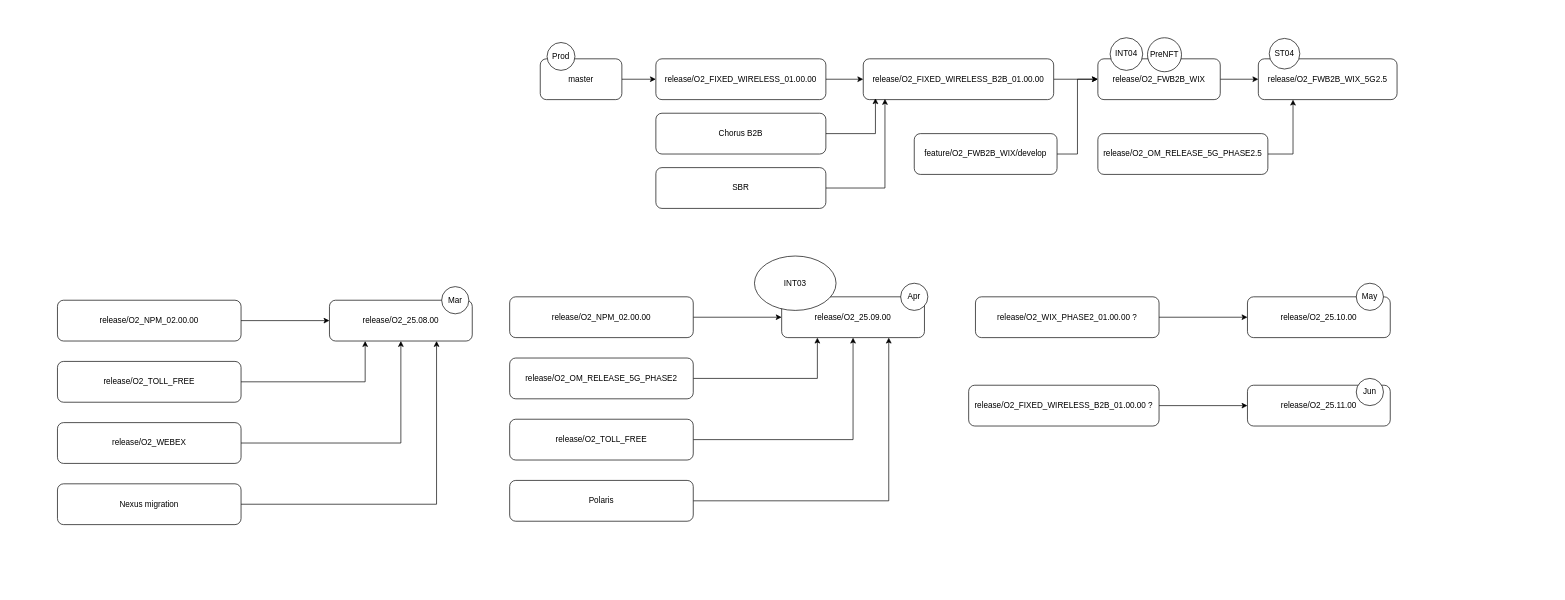
Above: sparknz_branches.drawio in huangdgm/drawio (draw.io), before the change. Source tidied: cells renumbered, new cells numbered last; positions are measured from the earlier drawing's top-left corner, leaving out a move shared by most shapes. Both pictures are drawn from the tidied source at 68%, with x=0, y=0 at pixel (57, 37).
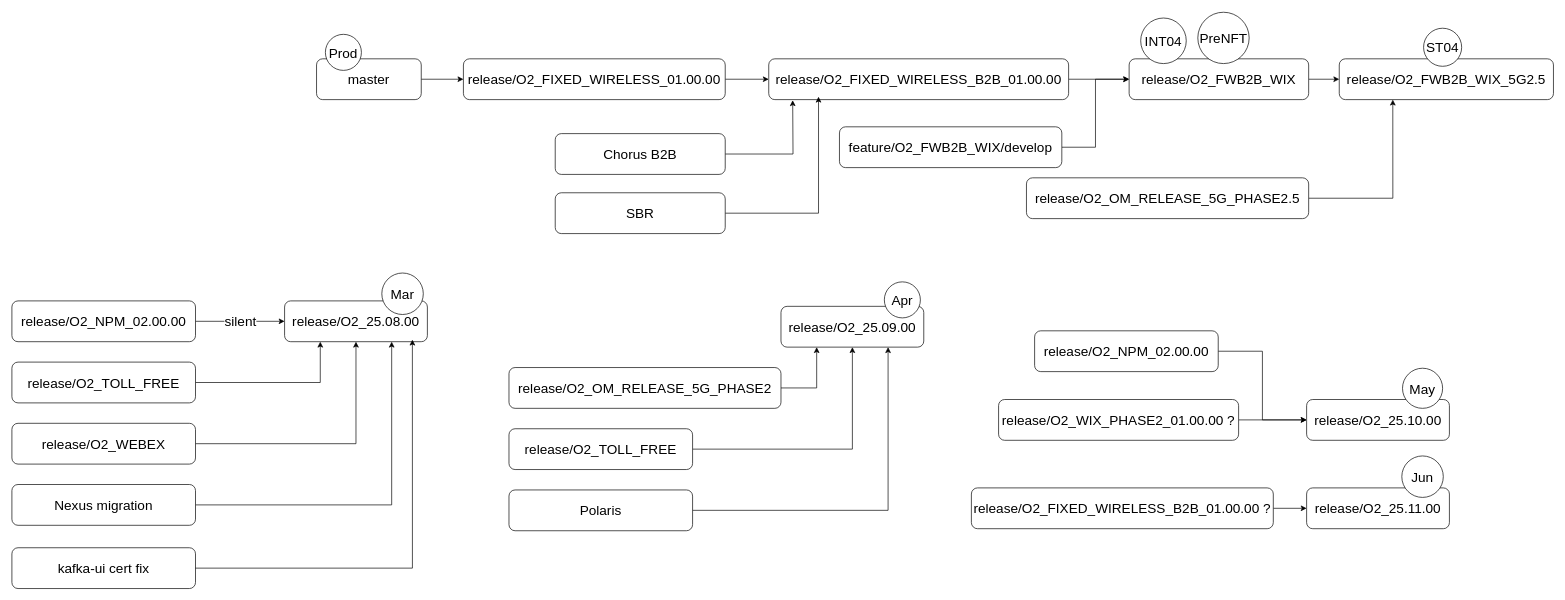
The same diagram, later.

What changed in the source:
```diff
@@
-    <mxCell id="2" style="edgeStyle=orthogonalEdgeStyle;rounded=0;jettySize=auto;html=1;exitX=1;exitY=0.5;exitDx=0;exitDy=0;" parent="1" edge="1" source="3" target="7">
+    <mxCell id="2" style="edgeStyle=orthogonalEdgeStyle;rounded=0;jettySize=auto;html=1;exitX=1;exitY=0.5;exitDx=0;exitDy=0;entryX=0;entryY=0.5;entryDx=0;entryDy=0;" parent="1" edge="1" source="3" target="7">
       <mxGeometry relative="1" as="geometry" />
     </mxCell>
-    <mxCell id="3" value="release/O2_FIXED_WIRELESS_B2B_01.00.00" style="rounded=1;whiteSpace=wrap;html=1;" parent="1" vertex="1">
-      <mxGeometry x="1185" y="31" width="280" height="60" as="geometry" />
+    <mxCell id="3" value="release/O2_FIXED_WIRELESS_B2B_01.00.00" style="rounded=1;whiteSpace=wrap;html=1;fontSize=20;" parent="1" vertex="1">
+      <mxGeometry x="1046" y="31" width="441" height="60" as="geometry" />
     </mxCell>
-    <mxCell id="4" style="edgeStyle=orthogonalEdgeStyle;rounded=0;jettySize=auto;html=1;" parent="1" edge="1" source="5" target="3">
+    <mxCell id="4" style="edgeStyle=orthogonalEdgeStyle;rounded=0;jettySize=auto;html=1;fontSize=20;exitX=1;exitY=0.5;exitDx=0;exitDy=0;entryX=0;entryY=0.5;entryDx=0;entryDy=0;" parent="1" edge="1" source="5" target="3">
       <mxGeometry relative="1" as="geometry" />
     </mxCell>
-    <mxCell id="5" value="release/O2_FIXED_WIRELESS_01.00.00" style="rounded=1;whiteSpace=wrap;html=1;" parent="1" vertex="1">
-      <mxGeometry x="880" y="31" width="250" height="60" as="geometry" />
+    <mxCell id="5" value="release/O2_FIXED_WIRELESS_01.00.00" style="rounded=1;whiteSpace=wrap;html=1;fontSize=20;" parent="1" vertex="1">
+      <mxGeometry x="597" y="31" width="385" height="60" as="geometry" />
     </mxCell>
-    <mxCell id="6" style="edgeStyle=orthogonalEdgeStyle;rounded=0;jettySize=auto;html=1;exitX=1;exitY=0.5;exitDx=0;exitDy=0;entryX=0;entryY=0.5;entryDx=0;entryDy=0;" parent="1" edge="1" source="7" target="8">
+    <mxCell id="6" style="edgeStyle=orthogonalEdgeStyle;rounded=0;jettySize=auto;html=1;exitX=1;exitY=0.5;exitDx=0;exitDy=0;entryX=0;entryY=0.5;entryDx=0;entryDy=0;fontSize=20;" parent="1" edge="1" source="7" target="8">
       <mxGeometry relative="1" as="geometry" />
     </mxCell>
-    <mxCell id="7" value="release/O2_FWB2B_WIX" style="rounded=1;whiteSpace=wrap;html=1;" parent="1" vertex="1">
-      <mxGeometry x="1530" y="31" width="180" height="60" as="geometry" />
+    <mxCell id="7" value="release/O2_FWB2B_WIX" style="rounded=1;whiteSpace=wrap;html=1;fontSize=20;" parent="1" vertex="1">
+      <mxGeometry x="1576" y="31" width="264" height="60" as="geometry" />
     </mxCell>
-    <mxCell id="8" value="release/O2_FWB2B_WIX_5G2.5" style="rounded=1;whiteSpace=wrap;html=1;" parent="1" vertex="1">
-      <mxGeometry x="1766" y="31" width="204" height="60" as="geometry" />
+    <mxCell id="8" value="release/O2_FWB2B_WIX_5G2.5" style="rounded=1;whiteSpace=wrap;html=1;fontSize=20;" parent="1" vertex="1">
+      <mxGeometry x="1885" y="31" width="315" height="60" as="geometry" />
     </mxCell>
-    <mxCell id="9" style="edgeStyle=orthogonalEdgeStyle;rounded=0;jettySize=auto;html=1;exitX=1;exitY=0.5;exitDx=0;exitDy=0;" parent="1" edge="1" source="10" target="5">
+    <mxCell id="9" style="edgeStyle=orthogonalEdgeStyle;rounded=0;jettySize=auto;html=1;exitX=1;exitY=0.5;exitDx=0;exitDy=0;fontSize=20;" parent="1" edge="1" source="10" target="5">
       <mxGeometry relative="1" as="geometry" />
     </mxCell>
-    <mxCell id="10" value="master" style="rounded=1;whiteSpace=wrap;html=1;" parent="1" vertex="1">
-      <mxGeometry x="710" y="31" width="120" height="60" as="geometry" />
+    <mxCell id="10" value="master" style="rounded=1;whiteSpace=wrap;html=1;fontSize=20;" parent="1" vertex="1">
+      <mxGeometry x="381" y="31" width="154" height="60" as="geometry" />
     </mxCell>
-    <mxCell id="11" style="edgeStyle=orthogonalEdgeStyle;rounded=0;jettySize=auto;html=1;exitX=1;exitY=0.5;exitDx=0;exitDy=0;" parent="1" edge="1" source="12" target="13">
+    <mxCell id="11" style="edgeStyle=orthogonalEdgeStyle;rounded=0;jettySize=auto;html=1;exitX=1;exitY=0.5;exitDx=0;exitDy=0;fontSize=20;" parent="1" edge="1" source="12" target="13">
       <mxGeometry relative="1" as="geometry" />
     </mxCell>
-    <mxCell id="12" value="release/O2_WIX_PHASE2_01.00.00 ?" style="rounded=1;whiteSpace=wrap;html=1;" parent="1" vertex="1">
-      <mxGeometry x="1350" y="381" width="270" height="60" as="geometry" />
+    <mxCell id="12" value="release/O2_WIX_PHASE2_01.00.00 ?" style="rounded=1;whiteSpace=wrap;html=1;fontSize=20;" parent="1" vertex="1">
+      <mxGeometry x="1384" y="532" width="353" height="60" as="geometry" />
     </mxCell>
-    <mxCell id="13" value="release/O2_25.10.00" style="rounded=1;whiteSpace=wrap;html=1;" parent="1" vertex="1">
-      <mxGeometry x="1750" y="381" width="210" height="60" as="geometry" />
+    <mxCell id="13" value="release/O2_25.10.00" style="rounded=1;whiteSpace=wrap;html=1;fontSize=20;" parent="1" vertex="1">
+      <mxGeometry x="1837" y="532" width="210" height="60" as="geometry" />
     </mxCell>
-    <mxCell id="14" style="edgeStyle=orthogonalEdgeStyle;rounded=0;jettySize=auto;html=1;exitX=1;exitY=0.5;exitDx=0;exitDy=0;entryX=0;entryY=0.5;entryDx=0;entryDy=0;" parent="1" edge="1" source="15" target="7">
+    <mxCell id="14" style="edgeStyle=orthogonalEdgeStyle;rounded=0;jettySize=auto;html=1;exitX=1;exitY=0.5;exitDx=0;exitDy=0;entryX=0;entryY=0.5;entryDx=0;entryDy=0;fontSize=20;" parent="1" edge="1" source="15" target="7">
       <mxGeometry relative="1" as="geometry" />
     </mxCell>
-    <mxCell id="15" value="feature/O2_FWB2B_WIX/develop" style="rounded=1;whiteSpace=wrap;html=1;" parent="1" vertex="1">
-      <mxGeometry x="1260" y="141" width="210" height="60" as="geometry" />
+    <mxCell id="15" value="feature/O2_FWB2B_WIX/develop" style="rounded=1;whiteSpace=wrap;html=1;fontSize=20;" parent="1" vertex="1">
+      <mxGeometry x="1150" y="131" width="327" height="60" as="geometry" />
     </mxCell>
-    <mxCell id="16" value="release/O2_25.08.00" style="rounded=1;whiteSpace=wrap;html=1;" parent="1" vertex="1">
-      <mxGeometry x="400" y="386" width="210" height="60" as="geometry" />
+    <mxCell id="16" value="release/O2_25.08.00" style="rounded=1;whiteSpace=wrap;html=1;fontSize=20;labelBackgroundColor=default;" parent="1" vertex="1">
+      <mxGeometry x="334" y="387" width="210" height="60" as="geometry" />
     </mxCell>
-    <mxCell id="17" style="edgeStyle=orthogonalEdgeStyle;rounded=0;jettySize=auto;html=1;exitX=1;exitY=0.5;exitDx=0;exitDy=0;entryX=0;entryY=0.5;entryDx=0;entryDy=0;" parent="1" edge="1" source="18" target="16">
+    <mxCell id="17" value="silent" style="edgeStyle=orthogonalEdgeStyle;rounded=0;jettySize=auto;html=1;exitX=1;exitY=0.5;exitDx=0;exitDy=0;entryX=0;entryY=0.5;entryDx=0;entryDy=0;fontSize=20;" parent="1" edge="1" source="18" target="16">
       <mxGeometry relative="1" as="geometry" />
     </mxCell>
-    <mxCell id="18" value="release/O2_NPM_02.00.00" style="rounded=1;whiteSpace=wrap;html=1;" parent="1" vertex="1">
-      <mxGeometry y="386" width="270" height="60" as="geometry" />
+    <mxCell id="18" value="release/O2_NPM_02.00.00" style="rounded=1;whiteSpace=wrap;html=1;fontSize=20;" parent="1" vertex="1">
+      <mxGeometry x="-67" y="387" width="270" height="60" as="geometry" />
     </mxCell>
-    <mxCell id="19" style="edgeStyle=orthogonalEdgeStyle;rounded=0;jettySize=auto;html=1;exitX=1;exitY=0.5;exitDx=0;exitDy=0;entryX=0.25;entryY=1;entryDx=0;entryDy=0;" parent="1" edge="1" source="20" target="16">
+    <mxCell id="19" style="edgeStyle=orthogonalEdgeStyle;rounded=0;jettySize=auto;html=1;exitX=1;exitY=0.5;exitDx=0;exitDy=0;entryX=0.25;entryY=1;entryDx=0;entryDy=0;fontSize=20;" parent="1" edge="1" source="20" target="16">
       <mxGeometry relative="1" as="geometry" />
     </mxCell>
-    <mxCell id="20" value="release/O2_TOLL_FREE" style="rounded=1;whiteSpace=wrap;html=1;" parent="1" vertex="1">
-      <mxGeometry y="476" width="270" height="60" as="geometry" />
+    <mxCell id="20" value="release/O2_TOLL_FREE" style="rounded=1;whiteSpace=wrap;html=1;fontSize=20;" parent="1" vertex="1">
+      <mxGeometry x="-67" y="477" width="270" height="60" as="geometry" />
     </mxCell>
-    <mxCell id="21" style="edgeStyle=orthogonalEdgeStyle;rounded=0;jettySize=auto;html=1;exitX=1;exitY=0.5;exitDx=0;exitDy=0;entryX=0.5;entryY=1;entryDx=0;entryDy=0;" parent="1" edge="1" source="22" target="16">
+    <mxCell id="21" style="edgeStyle=orthogonalEdgeStyle;rounded=0;jettySize=auto;html=1;exitX=1;exitY=0.5;exitDx=0;exitDy=0;entryX=0.5;entryY=1;entryDx=0;entryDy=0;fontSize=20;" parent="1" edge="1" source="22" target="16">
       <mxGeometry relative="1" as="geometry" />
     </mxCell>
-    <mxCell id="22" value="release/O2_WEBEX" style="rounded=1;whiteSpace=wrap;html=1;" parent="1" vertex="1">
-      <mxGeometry y="566" width="270" height="60" as="geometry" />
+    <mxCell id="22" value="release/O2_WEBEX" style="rounded=1;whiteSpace=wrap;html=1;fontSize=20;" parent="1" vertex="1">
+      <mxGeometry x="-67" y="567" width="270" height="60" as="geometry" />
     </mxCell>
-    <mxCell id="23" style="edgeStyle=orthogonalEdgeStyle;rounded=0;jettySize=auto;html=1;exitX=1;exitY=0.5;exitDx=0;exitDy=0;entryX=0.75;entryY=1;entryDx=0;entryDy=0;" parent="1" edge="1" source="25" target="16">
+    <mxCell id="23" style="edgeStyle=orthogonalEdgeStyle;rounded=0;jettySize=auto;html=1;exitX=1;exitY=0.5;exitDx=0;exitDy=0;entryX=0.75;entryY=1;entryDx=0;entryDy=0;fontSize=20;" parent="1" edge="1" source="25" target="16">
       <mxGeometry relative="1" as="geometry" />
     </mxCell>
-    <mxCell id="24" value="release/O2_25.09.00" style="rounded=1;whiteSpace=wrap;html=1;" parent="1" vertex="1">
-      <mxGeometry x="1065" y="381" width="210" height="60" as="geometry" />
+    <mxCell id="24" value="release/O2_25.09.00" style="rounded=1;whiteSpace=wrap;html=1;fontSize=20;" parent="1" vertex="1">
+      <mxGeometry x="1064" y="395" width="210" height="60" as="geometry" />
     </mxCell>
-    <mxCell id="25" value="Nexus migration" style="rounded=1;whiteSpace=wrap;html=1;" parent="1" vertex="1">
-      <mxGeometry y="656" width="270" height="60" as="geometry" />
+    <mxCell id="25" value="Nexus migration" style="rounded=1;whiteSpace=wrap;html=1;fontSize=20;" parent="1" vertex="1">
+      <mxGeometry x="-67" y="657" width="270" height="60" as="geometry" />
     </mxCell>
-    <mxCell id="26" style="edgeStyle=orthogonalEdgeStyle;rounded=0;jettySize=auto;html=1;exitX=1;exitY=0.5;exitDx=0;exitDy=0;entryX=0;entryY=0.5;entryDx=0;entryDy=0;" parent="1" edge="1" source="27" target="24">
+    <mxCell id="26" style="edgeStyle=orthogonalEdgeStyle;rounded=0;jettySize=auto;html=1;exitX=1;exitY=0.5;exitDx=0;exitDy=0;entryX=0;entryY=0.5;entryDx=0;entryDy=0;fontSize=20;" parent="1" edge="1" source="27" target="13">
       <mxGeometry relative="1" as="geometry" />
     </mxCell>
-    <mxCell id="27" value="release/O2_NPM_02.00.00" style="rounded=1;whiteSpace=wrap;html=1;" parent="1" vertex="1">
-      <mxGeometry x="665" y="381" width="270" height="60" as="geometry" />
+    <mxCell id="27" value="release/O2_NPM_02.00.00" style="rounded=1;whiteSpace=wrap;html=1;fontSize=20;" parent="1" vertex="1">
+      <mxGeometry x="1437" y="431" width="270" height="60" as="geometry" />
     </mxCell>
-    <mxCell id="28" style="edgeStyle=orthogonalEdgeStyle;rounded=0;jettySize=auto;html=1;exitX=1;exitY=0.5;exitDx=0;exitDy=0;entryX=0.25;entryY=1;entryDx=0;entryDy=0;" parent="1" edge="1" source="29" target="24">
+    <mxCell id="28" style="edgeStyle=orthogonalEdgeStyle;rounded=0;jettySize=auto;html=1;exitX=1;exitY=0.5;exitDx=0;exitDy=0;entryX=0.25;entryY=1;entryDx=0;entryDy=0;fontSize=20;" parent="1" edge="1" source="29" target="24">
       <mxGeometry relative="1" as="geometry" />
     </mxCell>
-    <mxCell id="29" value="release/O2_OM_RELEASE_5G_PHASE2" style="rounded=1;whiteSpace=wrap;html=1;" parent="1" vertex="1">
-      <mxGeometry x="665" y="471" width="270" height="60" as="geometry" />
+    <mxCell id="29" value="release/O2_OM_RELEASE_5G_PHASE2" style="rounded=1;whiteSpace=wrap;html=1;fontSize=20;" parent="1" vertex="1">
+      <mxGeometry x="664" y="485" width="400" height="60" as="geometry" />
     </mxCell>
-    <mxCell id="30" style="edgeStyle=orthogonalEdgeStyle;rounded=0;jettySize=auto;html=1;exitX=1;exitY=0.5;exitDx=0;exitDy=0;entryX=0.5;entryY=1;entryDx=0;entryDy=0;" parent="1" edge="1" source="31" target="24">
+    <mxCell id="30" style="edgeStyle=orthogonalEdgeStyle;rounded=0;jettySize=auto;html=1;exitX=1;exitY=0.5;exitDx=0;exitDy=0;entryX=0.5;entryY=1;entryDx=0;entryDy=0;fontSize=20;" parent="1" edge="1" source="31" target="24">
       <mxGeometry relative="1" as="geometry" />
     </mxCell>
-    <mxCell id="31" value="release/O2_TOLL_FREE" style="rounded=1;whiteSpace=wrap;html=1;" parent="1" vertex="1">
-      <mxGeometry x="665" y="561" width="270" height="60" as="geometry" />
+    <mxCell id="31" value="release/O2_TOLL_FREE" style="rounded=1;whiteSpace=wrap;html=1;fontSize=20;" parent="1" vertex="1">
+      <mxGeometry x="664" y="575" width="270" height="60" as="geometry" />
     </mxCell>
-    <mxCell id="32" style="edgeStyle=orthogonalEdgeStyle;rounded=0;jettySize=auto;html=1;exitX=1;exitY=0.5;exitDx=0;exitDy=0;entryX=0.75;entryY=1;entryDx=0;entryDy=0;" parent="1" edge="1" source="33" target="24">
+    <mxCell id="32" style="edgeStyle=orthogonalEdgeStyle;rounded=0;jettySize=auto;html=1;exitX=1;exitY=0.5;exitDx=0;exitDy=0;entryX=0.75;entryY=1;entryDx=0;entryDy=0;fontSize=20;" parent="1" edge="1" source="33" target="24">
       <mxGeometry relative="1" as="geometry" />
     </mxCell>
-    <mxCell id="33" value="Polaris" style="rounded=1;whiteSpace=wrap;html=1;" parent="1" vertex="1">
-      <mxGeometry x="665" y="651" width="270" height="60" as="geometry" />
+    <mxCell id="33" value="Polaris" style="rounded=1;whiteSpace=wrap;html=1;fontSize=20;" parent="1" vertex="1">
+      <mxGeometry x="664" y="665" width="270" height="60" as="geometry" />
     </mxCell>
-    <mxCell id="34" value="INT03" style="ellipse;whiteSpace=wrap;html=1;" parent="1" vertex="1">
-      <mxGeometry x="1025" y="321" width="120" height="80" as="geometry" />
-    </mxCell>
-    <mxCell id="35" style="edgeStyle=orthogonalEdgeStyle;rounded=0;jettySize=auto;html=1;exitX=1;exitY=0.5;exitDx=0;exitDy=0;entryX=0.25;entryY=1;entryDx=0;entryDy=0;" parent="1" edge="1" source="36" target="8">
+    <mxCell id="35" style="edgeStyle=orthogonalEdgeStyle;rounded=0;jettySize=auto;html=1;exitX=1;exitY=0.5;exitDx=0;exitDy=0;entryX=0.25;entryY=1;entryDx=0;entryDy=0;fontSize=20;" parent="1" edge="1" source="36" target="8">
       <mxGeometry relative="1" as="geometry" />
     </mxCell>
-    <mxCell id="36" value="release/O2_OM_RELEASE_5G_PHASE2.5" style="rounded=1;whiteSpace=wrap;html=1;" parent="1" vertex="1">
-      <mxGeometry x="1530" y="141" width="250" height="60" as="geometry" />
+    <mxCell id="36" value="release/O2_OM_RELEASE_5G_PHASE2.5" style="rounded=1;whiteSpace=wrap;html=1;fontSize=20;" parent="1" vertex="1">
+      <mxGeometry x="1425" y="206" width="415" height="60" as="geometry" />
     </mxCell>
-    <mxCell id="37" style="edgeStyle=orthogonalEdgeStyle;rounded=0;jettySize=auto;html=1;exitX=1;exitY=0.5;exitDx=0;exitDy=0;entryX=0.064;entryY=0.967;entryDx=0;entryDy=0;entryPerimeter=0;" parent="1" edge="1" source="38" target="3">
-      <mxGeometry relative="1" as="geometry" />
-    </mxCell>
+    <mxCell id="52" style="edgeStyle=orthogonalEdgeStyle;rounded=0;jettySize=auto;html=1;exitX=1;exitY=0.5;exitDx=0;exitDy=0;" parent="1" edge="1" source="38">
+      <mxGeometry relative="1" as="geometry">
+        <mxPoint x="1081.2" y="91.9" as="targetPoint" />
+      </mxGeometry>
+    </mxCell>
-    <mxCell id="38" value="Chorus B2B" style="rounded=1;whiteSpace=wrap;html=1;" parent="1" vertex="1">
-      <mxGeometry x="880" y="111" width="250" height="60" as="geometry" />
+    <mxCell id="38" value="Chorus B2B" style="rounded=1;whiteSpace=wrap;html=1;fontSize=20;" parent="1" vertex="1">
+      <mxGeometry x="732" y="141" width="250" height="60" as="geometry" />
     </mxCell>
-    <mxCell id="39" style="edgeStyle=orthogonalEdgeStyle;rounded=0;jettySize=auto;html=1;exitX=1;exitY=0.5;exitDx=0;exitDy=0;entryX=0;entryY=0.5;entryDx=0;entryDy=0;" parent="1" edge="1" source="40" target="46">
+    <mxCell id="39" style="edgeStyle=orthogonalEdgeStyle;rounded=0;jettySize=auto;html=1;exitX=1;exitY=0.5;exitDx=0;exitDy=0;entryX=0;entryY=0.5;entryDx=0;entryDy=0;fontSize=20;" parent="1" edge="1" source="40" target="46">
       <mxGeometry relative="1" as="geometry" />
     </mxCell>
-    <mxCell id="40" value="release/O2_FIXED_WIRELESS_B2B_01.00.00 ?" style="rounded=1;whiteSpace=wrap;html=1;" parent="1" vertex="1">
-      <mxGeometry x="1340" y="511" width="280" height="60" as="geometry" />
+    <mxCell id="40" value="release/O2_FIXED_WIRELESS_B2B_01.00.00 ?" style="rounded=1;whiteSpace=wrap;html=1;fontSize=20;" parent="1" vertex="1">
+      <mxGeometry x="1344" y="662" width="444" height="60" as="geometry" />
     </mxCell>
-    <mxCell id="41" style="edgeStyle=orthogonalEdgeStyle;rounded=0;jettySize=auto;html=1;exitX=1;exitY=0.5;exitDx=0;exitDy=0;entryX=0.114;entryY=0.983;entryDx=0;entryDy=0;entryPerimeter=0;" parent="1" edge="1" source="42" target="3">
+    <mxCell id="41" style="edgeStyle=orthogonalEdgeStyle;rounded=0;jettySize=auto;html=1;exitX=1;exitY=0.5;exitDx=0;exitDy=0;entryX=0.166;entryY=0.928;entryDx=0;entryDy=0;entryPerimeter=0;fontSize=20;" parent="1" edge="1" source="42" target="3">
       <mxGeometry relative="1" as="geometry" />
     </mxCell>
-    <mxCell id="42" value="SBR" style="rounded=1;whiteSpace=wrap;html=1;" parent="1" vertex="1">
-      <mxGeometry x="880" y="191" width="250" height="60" as="geometry" />
+    <mxCell id="42" value="SBR" style="rounded=1;whiteSpace=wrap;html=1;fontSize=20;" parent="1" vertex="1">
+      <mxGeometry x="732" y="228" width="250" height="60" as="geometry" />
     </mxCell>
-    <mxCell id="43" value="Mar" style="ellipse;whiteSpace=wrap;html=1;" parent="1" vertex="1">
-      <mxGeometry x="565" y="366" width="40" height="40" as="geometry" />
+    <mxCell id="43" value="Mar" style="ellipse;whiteSpace=wrap;html=1;fontSize=20;" parent="1" vertex="1">
+      <mxGeometry x="477" y="346" width="61" height="61" as="geometry" />
     </mxCell>
-    <mxCell id="44" value="Apr" style="ellipse;whiteSpace=wrap;html=1;" parent="1" vertex="1">
-      <mxGeometry x="1240" y="361" width="40" height="40" as="geometry" />
+    <mxCell id="44" value="Apr" style="ellipse;whiteSpace=wrap;html=1;fontSize=20;" parent="1" vertex="1">
+      <mxGeometry x="1216" y="359" width="53" height="53" as="geometry" />
     </mxCell>
-    <mxCell id="45" value="May" style="ellipse;whiteSpace=wrap;html=1;" parent="1" vertex="1">
-      <mxGeometry x="1910" y="361" width="40" height="40" as="geometry" />
+    <mxCell id="45" value="May" style="ellipse;whiteSpace=wrap;html=1;fontSize=20;" parent="1" vertex="1">
+      <mxGeometry x="1978" y="486" width="59" height="59" as="geometry" />
     </mxCell>
-    <mxCell id="46" value="release/O2_25.11.00" style="rounded=1;whiteSpace=wrap;html=1;" parent="1" vertex="1">
-      <mxGeometry x="1750" y="511" width="210" height="60" as="geometry" />
+    <mxCell id="46" value="release/O2_25.11.00" style="rounded=1;whiteSpace=wrap;html=1;fontSize=20;" parent="1" vertex="1">
+      <mxGeometry x="1837" y="662" width="210" height="60" as="geometry" />
     </mxCell>
-    <mxCell id="47" value="Jun" style="ellipse;whiteSpace=wrap;html=1;" parent="1" vertex="1">
-      <mxGeometry x="1910" y="501" width="40" height="40" as="geometry" />
+    <mxCell id="47" value="Jun" style="ellipse;whiteSpace=wrap;html=1;fontSize=20;" parent="1" vertex="1">
+      <mxGeometry x="1977" y="615" width="61" height="61" as="geometry" />
     </mxCell>
-    <mxCell id="48" value="PreNFT" style="ellipse;whiteSpace=wrap;html=1;" parent="1" vertex="1">
-      <mxGeometry x="1603" width="50" height="50" as="geometry" />
+    <mxCell id="48" value="PreNFT" style="ellipse;whiteSpace=wrap;html=1;fontSize=20;" parent="1" vertex="1">
+      <mxGeometry x="1677" y="-37.5" width="75.5" height="75.5" as="geometry" />
     </mxCell>
-    <mxCell id="49" value="INT04" style="ellipse;whiteSpace=wrap;html=1;" parent="1" vertex="1">
-      <mxGeometry x="1548" width="48" height="48" as="geometry" />
+    <mxCell id="49" value="INT04" style="ellipse;whiteSpace=wrap;html=1;fontSize=20;" parent="1" vertex="1">
+      <mxGeometry x="1593" y="-29" width="67" height="67" as="geometry" />
     </mxCell>
-    <mxCell id="50" value="Prod" style="ellipse;whiteSpace=wrap;html=1;" parent="1" vertex="1">
-      <mxGeometry x="720" y="7" width="41" height="41" as="geometry" />
+    <mxCell id="50" value="Prod" style="ellipse;whiteSpace=wrap;html=1;fontSize=20;" parent="1" vertex="1">
+      <mxGeometry x="394" y="-5" width="53" height="53" as="geometry" />
     </mxCell>
-    <mxCell id="51" value="ST04" style="ellipse;whiteSpace=wrap;html=1;" parent="1" vertex="1">
-      <mxGeometry x="1782" y="1" width="45" height="45" as="geometry" />
+    <mxCell id="51" value="ST04" style="ellipse;whiteSpace=wrap;html=1;fontSize=20;" parent="1" vertex="1">
+      <mxGeometry x="2009" y="-14" width="56" height="56" as="geometry" />
     </mxCell>
+    <mxCell id="53" value="kafka-ui cert fix" style="rounded=1;whiteSpace=wrap;html=1;fontSize=20;" parent="1" vertex="1">
+      <mxGeometry x="-67" y="750" width="270" height="60" as="geometry" />
+    </mxCell>
+    <mxCell id="54" style="edgeStyle=orthogonalEdgeStyle;rounded=0;jettySize=auto;html=1;exitX=1;exitY=0.5;exitDx=0;exitDy=0;entryX=0.895;entryY=0.95;entryDx=0;entryDy=0;entryPerimeter=0;fontSize=20;" parent="1" edge="1" source="53" target="16">
+      <mxGeometry relative="1" as="geometry" />
+    </mxCell>
```
